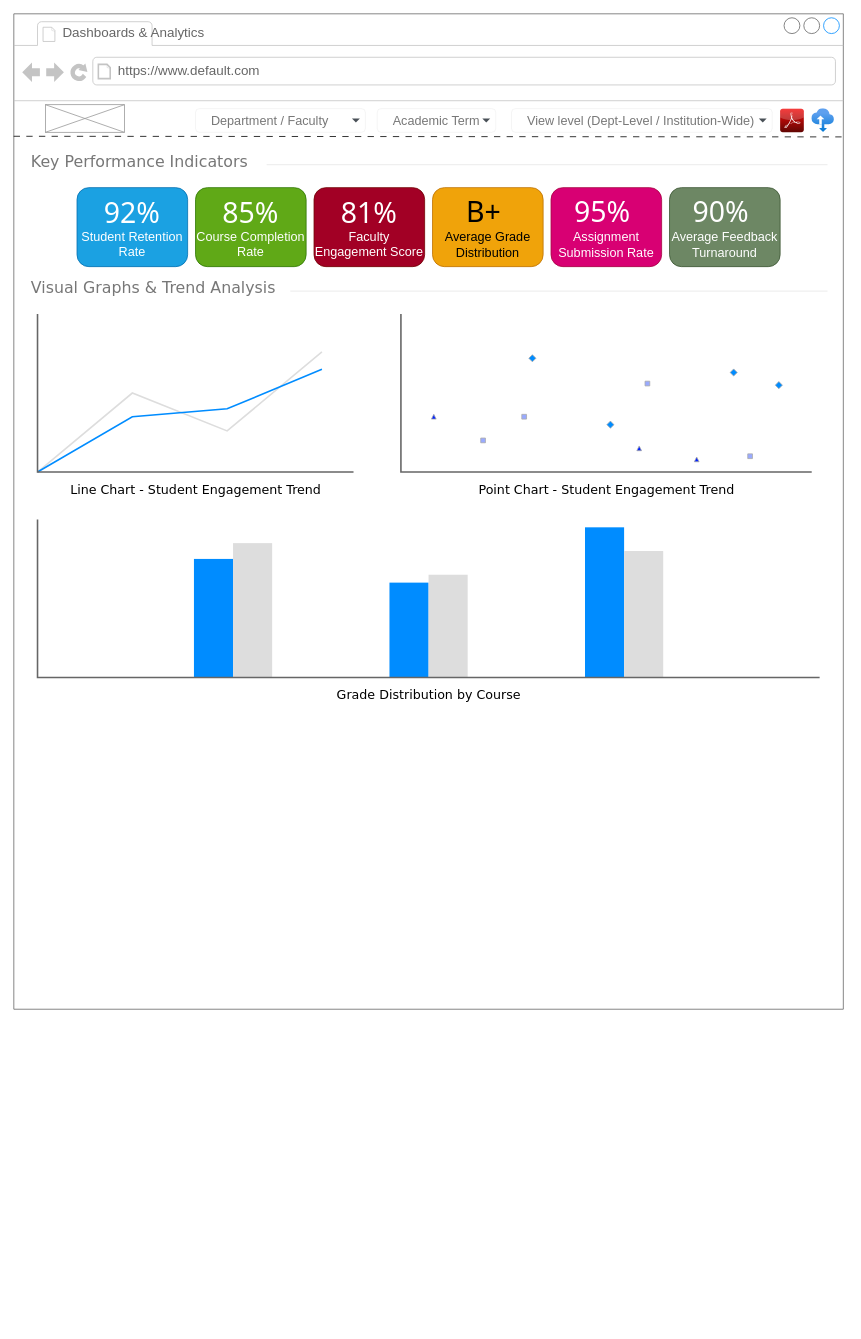
The draw.io diagram page "Dashboards & Analytics" (2 of 10) of 02 - LMS-SysCollege/04 - UI_Designs/WireFrame.drawio in ZohaibWaqarMalik/Technical-Business-Analyst-Projects, before the edit. Source tidied: cells renumbered, new cells numbered last; positions are measured from the earlier drawing's top-left corner, leaving out a move shared by most shapes. Both pictures are drawn from the tidied source at 79%, with x=0, y=0 at pixel (13, 13).
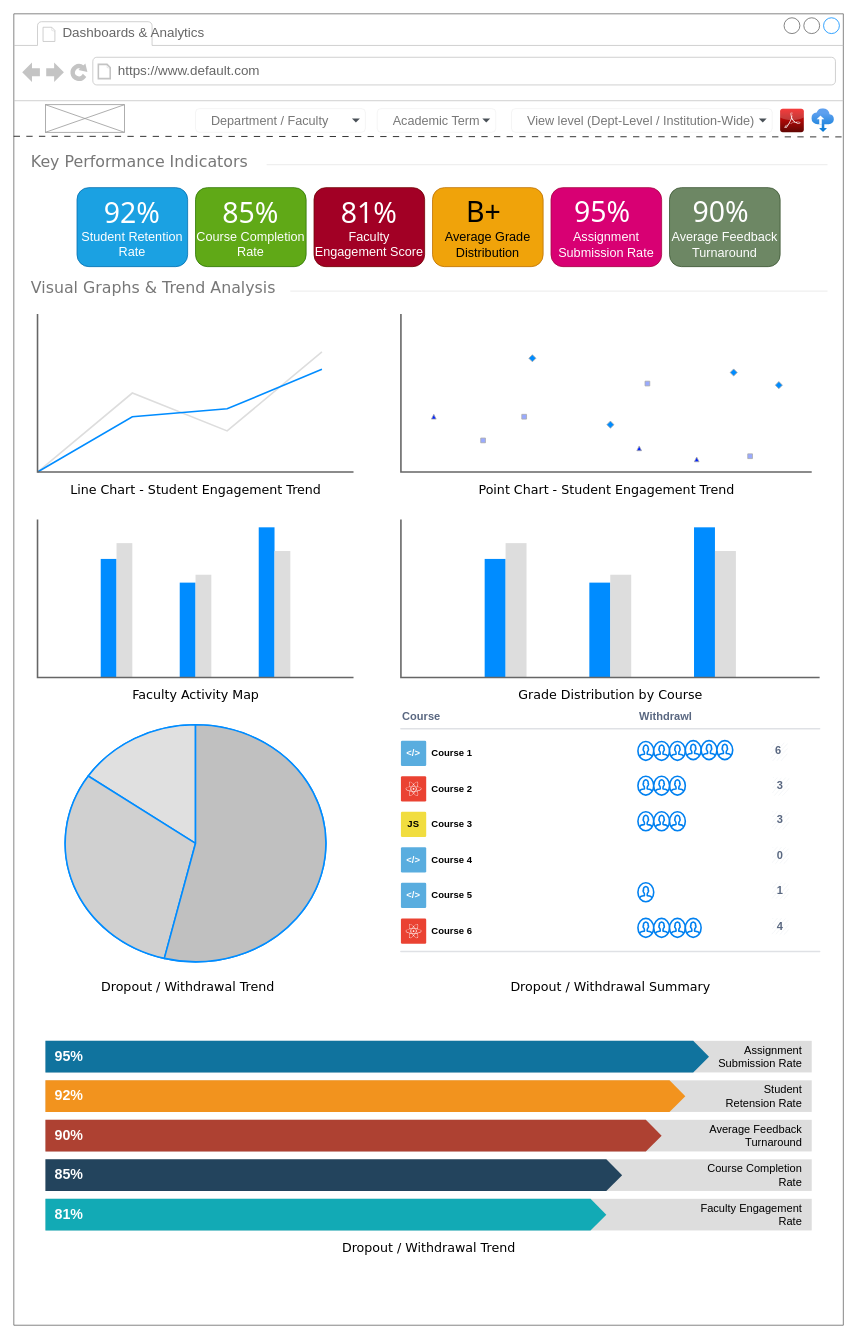
Above is the later version.

Commit message:
Update Wireframe Dashboard and Analytics

What changed in the source:
```diff
@@
     <mxCell id="2" style="strokeWidth=1;shadow=0;dashed=0;align=center;html=1;shape=mxgraph.mockup.containers.browserWindow;rSize=0;strokeColor=#666666;mainText=,;rounded=0;labelBackgroundColor=none;fontFamily=Verdana;fontSize=12;" parent="1" vertex="1">
-      <mxGeometry width="1050" height="1260" as="geometry" />
+      <mxGeometry width="1050" height="1660" as="geometry" />
     </mxCell>
@@
     <mxCell id="28" style="verticalLabelPosition=bottom;shadow=0;dashed=0;align=center;html=1;verticalAlign=top;strokeWidth=1;shape=mxgraph.mockup.graphics.columnChart;strokeColor=none;strokeColor2=none;strokeColor3=#666666;fillColor2=#008cff;fillColor3=#dddddd;" parent="2" vertex="1">
-      <mxGeometry x="30" y="640" width="990" height="200" as="geometry" />
+      <mxGeometry x="30" y="640" width="400" height="200" as="geometry" />
     </mxCell>
-    <mxCell id="29" value="&lt;div style=&quot;font-size: 16px;&quot;&gt;Grade Distribution by Course&lt;/div&gt;" style="text;html=1;align=center;verticalAlign=top;spacingTop=-4;fontSize=26;fontFamily=Verdana;" parent="2" vertex="1">
-      <mxGeometry x="30" y="850" width="990" height="21" as="geometry" />
+    <mxCell id="29" value="&lt;div style=&quot;font-size: 16px;&quot;&gt;Faculty Activity Map&lt;/div&gt;" style="text;html=1;align=center;verticalAlign=top;spacingTop=-4;fontSize=26;fontFamily=Verdana;" parent="2" vertex="1">
+      <mxGeometry x="30" y="850" width="400" height="21" as="geometry" />
     </mxCell>
+    <mxCell id="31" style="verticalLabelPosition=bottom;shadow=0;dashed=0;align=center;html=1;verticalAlign=top;strokeWidth=1;shape=mxgraph.mockup.graphics.columnChart;strokeColor=none;strokeColor2=none;strokeColor3=#666666;fillColor2=#008cff;fillColor3=#dddddd;" parent="2" vertex="1">
+      <mxGeometry x="490" y="640" width="530" height="200" as="geometry" />
+    </mxCell>
+    <mxCell id="32" value="&lt;div style=&quot;font-size: 16px;&quot;&gt;Grade Distribution by Course&lt;/div&gt;" style="text;html=1;align=center;verticalAlign=top;spacingTop=-4;fontSize=26;fontFamily=Verdana;" parent="2" vertex="1">
+      <mxGeometry x="490" y="850" width="530" height="21" as="geometry" />
+    </mxCell>
+    <mxCell id="33" style="verticalLabelPosition=bottom;shadow=0;dashed=0;align=center;html=1;verticalAlign=top;strokeWidth=1;shape=mxgraph.mockup.graphics.pieChart;strokeColor=#008cff;parts=10,20,35;partColors=#e0e0e0,#d0d0d0,#c0c0c0,#b0b0b0,#a0a0a0;strokeWidth=2;" parent="2" vertex="1">
+      <mxGeometry x="65" y="900" width="330" height="300" as="geometry" />
+    </mxCell>
+    <mxCell id="34" value="&lt;div style=&quot;font-size: 16px;&quot;&gt;Dropout / Withdrawal Trend&lt;/div&gt;" style="text;html=1;align=center;verticalAlign=top;spacingTop=-4;fontSize=26;fontFamily=Verdana;" parent="2" vertex="1">
+      <mxGeometry x="20" y="1220" width="400" height="21" as="geometry" />
+    </mxCell>
+    <mxCell id="35" value="Course" style="html=1;fillColor=none;strokeColor=none;fontSize=14;align=left;fontColor=#596780;whiteSpace=wrap;sketch=1;hachureGap=4;fontFamily=Helvetica;fontStyle=1;" parent="2" vertex="1">
+      <mxGeometry x="490" y="880" width="150" height="20" as="geometry" />
+    </mxCell>
+    <mxCell id="36" value="Withdrawl" style="html=1;fillColor=none;strokeColor=none;fontSize=14;align=left;fontColor=#596780;whiteSpace=wrap;sketch=1;hachureGap=4;fontFamily=Helvetica;fontStyle=1;" parent="2" vertex="1">
+      <mxGeometry x="790" y="880" width="100" height="20" as="geometry" />
+    </mxCell>
+    <mxCell id="37" style="shape=line;strokeWidth=2;html=1;strokeColor=#DFE1E5;sketch=1;hachureGap=4;fontFamily=Helvetica;fontSize=20;" parent="2" vertex="1">
+      <mxGeometry x="490" y="900" width="530" height="10" as="geometry" />
+    </mxCell>
+    <mxCell id="38" value="&amp;lt;/&amp;gt;" style="rounded=1;arcSize=5;fillColor=#59ADDF;strokeColor=none;fontColor=#ffffff;align=center;verticalAlign=middle;whiteSpace=wrap;fontSize=12;fontStyle=1;html=1;sketch=0;hachureGap=4;fontFamily=Helvetica;" parent="2" vertex="1">
+      <mxGeometry x="490" y="920" width="32" height="32" as="geometry" />
+    </mxCell>
+    <mxCell id="39" value="Course 1" style="html=1;fillColor=none;strokeColor=none;fontSize=12;align=left;fontColor=#000000;whiteSpace=wrap;fontStyle=1;sketch=1;hachureGap=4;fontFamily=Helvetica;" parent="2" vertex="1">
+      <mxGeometry x="527" y="926" width="240" height="20" as="geometry" />
+    </mxCell>
+    <mxCell id="40" value="6" style="rounded=1;arcSize=5;fillColor=#F0F2F5;strokeColor=none;fontColor=#596780;align=center;verticalAlign=middle;whiteSpace=wrap;fontSize=14;fontStyle=1;html=1;sketch=1;hachureGap=4;fontFamily=Helvetica;" parent="2" vertex="1">
+      <mxGeometry x="958" y="923" width="20" height="20" as="geometry" />
+    </mxCell>
+    <mxCell id="41" style="rounded=1;arcSize=5;fillColor=#EA4232;strokeColor=none;fontColor=#ffffff;align=center;verticalAlign=middle;whiteSpace=wrap;fontSize=12;fontStyle=1;html=1;sketch=0;hachureGap=4;fontFamily=Helvetica;" parent="2" vertex="1">
+      <mxGeometry x="490" y="965" width="32" height="32" as="geometry" />
+    </mxCell>
+    <mxCell id="42" style="shape=mxgraph.signs.science.nuclear_1;fillColor=#ffffff;strokeColor=none;sketch=0;hachureGap=4;fontFamily=Architects Daughter;fontSize=20;" parent="41" vertex="1">
+      <mxGeometry x="0.5" y="0.5" width="20" height="18" relative="1" as="geometry">
+        <mxPoint x="-10" y="-9" as="offset" />
+      </mxGeometry>
+    </mxCell>
+    <mxCell id="43" value="Course 2" style="html=1;fillColor=none;strokeColor=none;fontSize=12;align=left;fontColor=#000000;whiteSpace=wrap;fontStyle=1;sketch=1;hachureGap=4;fontFamily=Helvetica;" parent="2" vertex="1">
+      <mxGeometry x="527" y="971" width="240" height="20" as="geometry" />
+    </mxCell>
+    <mxCell id="44" value="JS" style="rounded=1;arcSize=5;fillColor=#F1DD3F;strokeColor=none;fontColor=#000000;align=center;verticalAlign=middle;whiteSpace=wrap;fontSize=12;fontStyle=1;html=1;sketch=0;hachureGap=4;fontFamily=Helvetica;" parent="2" vertex="1">
+      <mxGeometry x="490" y="1010" width="32" height="32" as="geometry" />
+    </mxCell>
+    <mxCell id="45" value="Course 3" style="html=1;fillColor=none;strokeColor=none;fontSize=12;align=left;fontColor=#000000;whiteSpace=wrap;fontStyle=1;sketch=1;hachureGap=4;fontFamily=Helvetica;" parent="2" vertex="1">
+      <mxGeometry x="527" y="1016" width="240" height="20" as="geometry" />
+    </mxCell>
+    <mxCell id="46" value="&amp;lt;/&amp;gt;" style="rounded=1;arcSize=5;fillColor=#59ADDF;strokeColor=none;fontColor=#ffffff;align=center;verticalAlign=middle;whiteSpace=wrap;fontSize=12;fontStyle=1;html=1;sketch=0;hachureGap=4;fontFamily=Helvetica;" parent="2" vertex="1">
+      <mxGeometry x="490" y="1055" width="32" height="32" as="geometry" />
+    </mxCell>
+    <mxCell id="47" value="Course 4" style="html=1;fillColor=none;strokeColor=none;fontSize=12;align=left;fontColor=#000000;whiteSpace=wrap;fontStyle=1;sketch=1;hachureGap=4;fontFamily=Helvetica;" parent="2" vertex="1">
+      <mxGeometry x="527" y="1061" width="240" height="20" as="geometry" />
+    </mxCell>
+    <mxCell id="48" value="0" style="rounded=1;arcSize=5;fillColor=#F0F2F5;strokeColor=none;fontColor=#596780;align=center;verticalAlign=middle;whiteSpace=wrap;fontSize=14;fontStyle=1;html=1;sketch=1;hachureGap=4;fontFamily=Helvetica;" parent="2" vertex="1">
+      <mxGeometry x="960" y="1055" width="20" height="20" as="geometry" />
+    </mxCell>
+    <mxCell id="49" style="shape=line;strokeWidth=2;html=1;strokeColor=#DFE1E5;sketch=1;hachureGap=4;fontFamily=Helvetica;fontSize=20;" parent="2" vertex="1">
+      <mxGeometry x="490" y="1182" width="530" height="10" as="geometry" />
+    </mxCell>
+    <mxCell id="50" value="&amp;lt;/&amp;gt;" style="rounded=1;arcSize=5;fillColor=#59ADDF;strokeColor=none;fontColor=#ffffff;align=center;verticalAlign=middle;whiteSpace=wrap;fontSize=12;fontStyle=1;html=1;sketch=0;hachureGap=4;fontFamily=Helvetica;" parent="2" vertex="1">
+      <mxGeometry x="490" y="1100" width="32" height="32" as="geometry" />
+    </mxCell>
+    <mxCell id="51" value="Course 5" style="html=1;fillColor=none;strokeColor=none;fontSize=12;align=left;fontColor=#000000;whiteSpace=wrap;fontStyle=1;sketch=1;hachureGap=4;fontFamily=Helvetica;" parent="2" vertex="1">
+      <mxGeometry x="527" y="1106" width="240" height="20" as="geometry" />
+    </mxCell>
+    <mxCell id="52" style="rounded=1;arcSize=5;fillColor=#EA4232;strokeColor=none;fontColor=#ffffff;align=center;verticalAlign=middle;whiteSpace=wrap;fontSize=12;fontStyle=1;html=1;sketch=0;hachureGap=4;fontFamily=Helvetica;" parent="2" vertex="1">
+      <mxGeometry x="490" y="1145" width="32" height="32" as="geometry" />
+    </mxCell>
+    <mxCell id="53" style="shape=mxgraph.signs.science.nuclear_1;fillColor=#ffffff;strokeColor=none;sketch=0;hachureGap=4;fontFamily=Architects Daughter;fontSize=20;" parent="52" vertex="1">
+      <mxGeometry x="0.5" y="0.5" width="20" height="18" relative="1" as="geometry">
+        <mxPoint x="-10" y="-9" as="offset" />
+      </mxGeometry>
+    </mxCell>
+    <mxCell id="54" value="Course 6" style="html=1;fillColor=none;strokeColor=none;fontSize=12;align=left;fontColor=#000000;whiteSpace=wrap;fontStyle=1;sketch=1;hachureGap=4;fontFamily=Helvetica;" parent="2" vertex="1">
+      <mxGeometry x="527" y="1151" width="240" height="20" as="geometry" />
+    </mxCell>
+    <mxCell id="55" style="html=1;verticalLabelPosition=bottom;align=center;labelBackgroundColor=#ffffff;verticalAlign=top;strokeWidth=2;strokeColor=#0080F0;shadow=0;dashed=0;shape=mxgraph.ios7.icons.user;" parent="2" vertex="1">
+      <mxGeometry x="790" y="921" width="20" height="24" as="geometry" />
+    </mxCell>
+    <mxCell id="56" style="html=1;verticalLabelPosition=bottom;align=center;labelBackgroundColor=#ffffff;verticalAlign=top;strokeWidth=2;strokeColor=#0080F0;shadow=0;dashed=0;shape=mxgraph.ios7.icons.user;" parent="2" vertex="1">
+      <mxGeometry x="810" y="921" width="20" height="24" as="geometry" />
+    </mxCell>
+    <mxCell id="57" style="html=1;verticalLabelPosition=bottom;align=center;labelBackgroundColor=#ffffff;verticalAlign=top;strokeWidth=2;strokeColor=#0080F0;shadow=0;dashed=0;shape=mxgraph.ios7.icons.user;" parent="2" vertex="1">
+      <mxGeometry x="830" y="921" width="20" height="24" as="geometry" />
+    </mxCell>
+    <mxCell id="58" style="html=1;verticalLabelPosition=bottom;align=center;labelBackgroundColor=#ffffff;verticalAlign=top;strokeWidth=2;strokeColor=#0080F0;shadow=0;dashed=0;shape=mxgraph.ios7.icons.user;" parent="2" vertex="1">
+      <mxGeometry x="790" y="965" width="20" height="24" as="geometry" />
+    </mxCell>
+    <mxCell id="59" style="html=1;verticalLabelPosition=bottom;align=center;labelBackgroundColor=#ffffff;verticalAlign=top;strokeWidth=2;strokeColor=#0080F0;shadow=0;dashed=0;shape=mxgraph.ios7.icons.user;" parent="2" vertex="1">
+      <mxGeometry x="830" y="965" width="20" height="24" as="geometry" />
+    </mxCell>
+    <mxCell id="60" style="html=1;verticalLabelPosition=bottom;align=center;labelBackgroundColor=#ffffff;verticalAlign=top;strokeWidth=2;strokeColor=#0080F0;shadow=0;dashed=0;shape=mxgraph.ios7.icons.user;" parent="2" vertex="1">
+      <mxGeometry x="810" y="965" width="20" height="24" as="geometry" />
+    </mxCell>
+    <mxCell id="61" style="html=1;verticalLabelPosition=bottom;align=center;labelBackgroundColor=#ffffff;verticalAlign=top;strokeWidth=2;strokeColor=#0080F0;shadow=0;dashed=0;shape=mxgraph.ios7.icons.user;" parent="2" vertex="1">
+      <mxGeometry x="790" y="1010" width="20" height="24" as="geometry" />
+    </mxCell>
+    <mxCell id="62" style="html=1;verticalLabelPosition=bottom;align=center;labelBackgroundColor=#ffffff;verticalAlign=top;strokeWidth=2;strokeColor=#0080F0;shadow=0;dashed=0;shape=mxgraph.ios7.icons.user;" parent="2" vertex="1">
+      <mxGeometry x="810" y="1010" width="20" height="24" as="geometry" />
+    </mxCell>
+    <mxCell id="63" style="html=1;verticalLabelPosition=bottom;align=center;labelBackgroundColor=#ffffff;verticalAlign=top;strokeWidth=2;strokeColor=#0080F0;shadow=0;dashed=0;shape=mxgraph.ios7.icons.user;" parent="2" vertex="1">
+      <mxGeometry x="830" y="1010" width="20" height="24" as="geometry" />
+    </mxCell>
+    <mxCell id="64" style="html=1;verticalLabelPosition=bottom;align=center;labelBackgroundColor=#ffffff;verticalAlign=top;strokeWidth=2;strokeColor=#0080F0;shadow=0;dashed=0;shape=mxgraph.ios7.icons.user;" parent="2" vertex="1">
+      <mxGeometry x="850" y="920" width="20" height="24" as="geometry" />
+    </mxCell>
+    <mxCell id="65" style="html=1;verticalLabelPosition=bottom;align=center;labelBackgroundColor=#ffffff;verticalAlign=top;strokeWidth=2;strokeColor=#0080F0;shadow=0;dashed=0;shape=mxgraph.ios7.icons.user;" parent="2" vertex="1">
+      <mxGeometry x="870" y="920" width="20" height="24" as="geometry" />
+    </mxCell>
+    <mxCell id="66" style="html=1;verticalLabelPosition=bottom;align=center;labelBackgroundColor=#ffffff;verticalAlign=top;strokeWidth=2;strokeColor=#0080F0;shadow=0;dashed=0;shape=mxgraph.ios7.icons.user;" parent="2" vertex="1">
+      <mxGeometry x="890" y="920" width="20" height="24" as="geometry" />
+    </mxCell>
+    <mxCell id="67" value="3" style="rounded=1;arcSize=5;fillColor=#F0F2F5;strokeColor=none;fontColor=#596780;align=center;verticalAlign=middle;whiteSpace=wrap;fontSize=14;fontStyle=1;html=1;sketch=1;hachureGap=4;fontFamily=Helvetica;" parent="2" vertex="1">
+      <mxGeometry x="960" y="967" width="20" height="20" as="geometry" />
+    </mxCell>
+    <mxCell id="68" value="3" style="rounded=1;arcSize=5;fillColor=#F0F2F5;strokeColor=none;fontColor=#596780;align=center;verticalAlign=middle;whiteSpace=wrap;fontSize=14;fontStyle=1;html=1;sketch=1;hachureGap=4;fontFamily=Helvetica;" parent="2" vertex="1">
+      <mxGeometry x="960" y="1010" width="20" height="20" as="geometry" />
+    </mxCell>
+    <mxCell id="69" style="html=1;verticalLabelPosition=bottom;align=center;labelBackgroundColor=#ffffff;verticalAlign=top;strokeWidth=2;strokeColor=#0080F0;shadow=0;dashed=0;shape=mxgraph.ios7.icons.user;" parent="2" vertex="1">
+      <mxGeometry x="790" y="1100" width="20" height="24" as="geometry" />
+    </mxCell>
+    <mxCell id="70" value="1" style="rounded=1;arcSize=5;fillColor=#F0F2F5;strokeColor=none;fontColor=#596780;align=center;verticalAlign=middle;whiteSpace=wrap;fontSize=14;fontStyle=1;html=1;sketch=1;hachureGap=4;fontFamily=Helvetica;" parent="2" vertex="1">
+      <mxGeometry x="960" y="1100" width="20" height="20" as="geometry" />
+    </mxCell>
+    <mxCell id="71" style="html=1;verticalLabelPosition=bottom;align=center;labelBackgroundColor=#ffffff;verticalAlign=top;strokeWidth=2;strokeColor=#0080F0;shadow=0;dashed=0;shape=mxgraph.ios7.icons.user;" parent="2" vertex="1">
+      <mxGeometry x="790" y="1145" width="20" height="24" as="geometry" />
+    </mxCell>
+    <mxCell id="72" style="html=1;verticalLabelPosition=bottom;align=center;labelBackgroundColor=#ffffff;verticalAlign=top;strokeWidth=2;strokeColor=#0080F0;shadow=0;dashed=0;shape=mxgraph.ios7.icons.user;" parent="2" vertex="1">
+      <mxGeometry x="810" y="1145" width="20" height="24" as="geometry" />
+    </mxCell>
+    <mxCell id="73" style="html=1;verticalLabelPosition=bottom;align=center;labelBackgroundColor=#ffffff;verticalAlign=top;strokeWidth=2;strokeColor=#0080F0;shadow=0;dashed=0;shape=mxgraph.ios7.icons.user;" parent="2" vertex="1">
+      <mxGeometry x="830" y="1145" width="20" height="24" as="geometry" />
+    </mxCell>
+    <mxCell id="74" style="html=1;verticalLabelPosition=bottom;align=center;labelBackgroundColor=#ffffff;verticalAlign=top;strokeWidth=2;strokeColor=#0080F0;shadow=0;dashed=0;shape=mxgraph.ios7.icons.user;" parent="2" vertex="1">
+      <mxGeometry x="850" y="1145" width="20" height="24" as="geometry" />
+    </mxCell>
+    <mxCell id="75" value="4" style="rounded=1;arcSize=5;fillColor=#F0F2F5;strokeColor=none;fontColor=#596780;align=center;verticalAlign=middle;whiteSpace=wrap;fontSize=14;fontStyle=1;html=1;sketch=1;hachureGap=4;fontFamily=Helvetica;" parent="2" vertex="1">
+      <mxGeometry x="960" y="1145" width="20" height="20" as="geometry" />
+    </mxCell>
+    <mxCell id="76" value="&lt;div style=&quot;font-size: 16px;&quot;&gt;Dropout / Withdrawal Summary&lt;/div&gt;" style="text;html=1;align=center;verticalAlign=top;spacingTop=-4;fontSize=26;fontFamily=Verdana;" parent="2" vertex="1">
+      <mxGeometry x="490" y="1220" width="530" height="21" as="geometry" />
+    </mxCell>
+    <mxCell id="77" style="whiteSpace=wrap;html=1;fixedSize=1;size=10;fillColor=#dddddd;strokeColor=none;rounded=0;" parent="2" vertex="1">
+      <mxGeometry x="40" y="1300" width="970" height="40" as="geometry" />
+    </mxCell>
+    <mxCell id="78" value="95%" style="html=1;shape=mxgraph.infographic.ribbonSimple;notch1=0;notch2=20;fillColor=#10739E;strokeColor=none;align=left;verticalAlign=middle;fontColor=#ffffff;fontSize=18;spacingLeft=10;fontStyle=1;shadow=0;" parent="2" vertex="1">
+      <mxGeometry x="40" y="1300" width="840" height="40" as="geometry" />
+    </mxCell>
+    <mxCell id="79" style="whiteSpace=wrap;html=1;fixedSize=1;size=10;fillColor=#dddddd;strokeColor=none;rounded=0;" parent="2" vertex="1">
+      <mxGeometry x="40" y="1350" width="970" height="40" as="geometry" />
+    </mxCell>
+    <mxCell id="80" value="92%" style="html=1;shape=mxgraph.infographic.ribbonSimple;notch1=0;notch2=20;fillColor=#F2931E;strokeColor=none;align=left;verticalAlign=middle;fontColor=#ffffff;fontSize=18;spacingLeft=10;fontStyle=1;shadow=0;" parent="2" vertex="1">
+      <mxGeometry x="40" y="1350" width="810" height="40" as="geometry" />
+    </mxCell>
+    <mxCell id="81" style="whiteSpace=wrap;html=1;fixedSize=1;size=10;fillColor=#dddddd;strokeColor=none;rounded=0;" parent="2" vertex="1">
+      <mxGeometry x="40" y="1400" width="970" height="40" as="geometry" />
+    </mxCell>
+    <mxCell id="82" value="90%" style="html=1;shape=mxgraph.infographic.ribbonSimple;notch1=0;notch2=20;fillColor=#AE4132;strokeColor=none;align=left;verticalAlign=middle;fontColor=#ffffff;fontSize=18;spacingLeft=10;fontStyle=1;shadow=0;" parent="2" vertex="1">
+      <mxGeometry x="40" y="1400" width="780" height="40" as="geometry" />
+    </mxCell>
+    <mxCell id="83" style="whiteSpace=wrap;html=1;fixedSize=1;size=10;fillColor=#dddddd;strokeColor=none;rounded=0;" parent="2" vertex="1">
+      <mxGeometry x="40" y="1450" width="970" height="40" as="geometry" />
+    </mxCell>
+    <mxCell id="84" value="85%" style="html=1;shape=mxgraph.infographic.ribbonSimple;notch1=0;notch2=20;fillColor=#23445D;strokeColor=none;align=left;verticalAlign=middle;fontColor=#ffffff;fontSize=18;spacingLeft=10;fontStyle=1;shadow=0;" parent="2" vertex="1">
+      <mxGeometry x="40" y="1450" width="730" height="40" as="geometry" />
+    </mxCell>
+    <mxCell id="85" style="whiteSpace=wrap;html=1;fixedSize=1;size=10;fillColor=#dddddd;strokeColor=none;rounded=0;" parent="2" vertex="1">
+      <mxGeometry x="40" y="1500" width="970" height="40" as="geometry" />
+    </mxCell>
+    <mxCell id="86" value="81%" style="html=1;shape=mxgraph.infographic.ribbonSimple;notch1=0;notch2=20;fillColor=#12AAB5;strokeColor=none;align=left;verticalAlign=middle;fontColor=#ffffff;fontSize=18;spacingLeft=10;fontStyle=1;shadow=0;" parent="2" vertex="1">
+      <mxGeometry x="40" y="1500" width="710" height="40" as="geometry" />
+    </mxCell>
+    <mxCell id="87" value="Assignment Submission Rate" style="text;html=1;strokeColor=none;fillColor=none;align=right;verticalAlign=middle;whiteSpace=wrap;rounded=0;shadow=0;fontSize=14;spacingRight=10;" parent="2" vertex="1">
+      <mxGeometry x="850" y="1300" width="160" height="40" as="geometry" />
+    </mxCell>
+    <mxCell id="88" value="Student Retension Rate" style="text;html=1;strokeColor=none;fillColor=none;align=right;verticalAlign=middle;whiteSpace=wrap;rounded=0;shadow=0;fontSize=14;spacingRight=10;" parent="2" vertex="1">
+      <mxGeometry x="890" y="1350" width="120" height="40" as="geometry" />
+    </mxCell>
+    <mxCell id="89" value="Average Feedback Turnaround" style="text;html=1;strokeColor=none;fillColor=none;align=right;verticalAlign=middle;whiteSpace=wrap;rounded=0;shadow=0;fontSize=14;spacingRight=10;" parent="2" vertex="1">
+      <mxGeometry x="860" y="1400" width="150" height="40" as="geometry" />
+    </mxCell>
+    <mxCell id="90" value="Course Completion Rate" style="text;html=1;strokeColor=none;fillColor=none;align=right;verticalAlign=middle;whiteSpace=wrap;rounded=0;shadow=0;fontSize=14;spacingRight=10;" parent="2" vertex="1">
+      <mxGeometry x="870" y="1450" width="140" height="40" as="geometry" />
+    </mxCell>
+    <mxCell id="91" value="Faculty Engagement Rate" style="text;html=1;strokeColor=none;fillColor=none;align=right;verticalAlign=middle;whiteSpace=wrap;rounded=0;shadow=0;fontSize=14;spacingRight=10;" parent="2" vertex="1">
+      <mxGeometry x="860" y="1500" width="150" height="40" as="geometry" />
+    </mxCell>
+    <mxCell id="92" value="&lt;div style=&quot;font-size: 16px;&quot;&gt;Dropout / Withdrawal Trend&lt;/div&gt;" style="text;html=1;align=center;verticalAlign=top;spacingTop=-4;fontSize=26;fontFamily=Verdana;" parent="2" vertex="1">
+      <mxGeometry x="40" y="1550" width="970" height="21" as="geometry" />
+    </mxCell>
```
